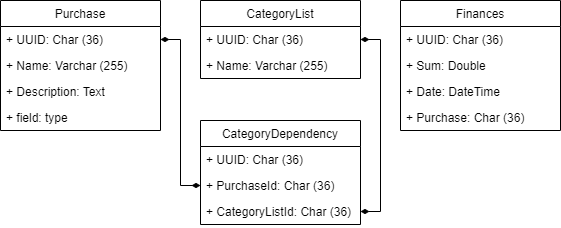
The draw.io diagram lab345/UML.png in m4cy43/NodeJs-Labs, before a commit. Source tidied: cells renumbered, new cells last; positions are measured from the earlier drawing's top-left corner, leaving out a move shared by most shapes.
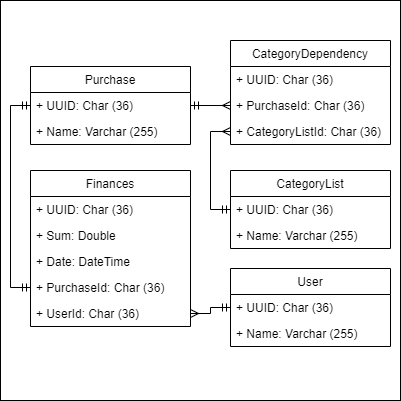
The same file after the commit.

What changed in the source:
```diff
@@ -2,8 +2,11 @@
   <root>
     <mxCell id="0" />
     <mxCell id="1" parent="0" />
+    <mxCell id="21" style="whiteSpace=wrap;html=1;" parent="1" vertex="1">
+      <mxGeometry x="-70" y="-80" width="400" height="400" as="geometry" />
+    </mxCell>
     <mxCell id="2" value="Purchase" style="swimlane;fontStyle=0;horizontal=1;startSize=26;fillColor=none;" parent="1" vertex="1">
-      <mxGeometry width="160" height="130" as="geometry" />
+      <mxGeometry x="-40" y="-14" width="160" height="78" as="geometry" />
     </mxCell>
     <mxCell id="3" value="+ UUID: Char (36)" style="text;strokeColor=none;fillColor=none;align=left;verticalAlign=top;spacingLeft=4;spacingRight=4;overflow=hidden;points=[[0,0.5],[1,0.5]];portConstraint=eastwest;" parent="2" vertex="1">
       <mxGeometry y="26" width="160" height="26" as="geometry" />
@@ -11,14 +14,8 @@
     <mxCell id="4" value="+ Name: Varchar (255)" style="text;strokeColor=none;fillColor=none;align=left;verticalAlign=top;spacingLeft=4;spacingRight=4;overflow=hidden;" parent="2" vertex="1">
       <mxGeometry y="52" width="160" height="26" as="geometry" />
     </mxCell>
-    <mxCell id="5" value="+ Description: Text" style="text;strokeColor=none;fillColor=none;align=left;verticalAlign=top;spacingLeft=4;spacingRight=4;overflow=hidden;" parent="2" vertex="1">
-      <mxGeometry y="78" width="160" height="26" as="geometry" />
-    </mxCell>
-    <mxCell id="6" value="+ field: type" style="text;strokeColor=none;fillColor=none;align=left;verticalAlign=top;spacingLeft=4;spacingRight=4;overflow=hidden;" parent="2" vertex="1">
-      <mxGeometry y="104" width="160" height="26" as="geometry" />
-    </mxCell>
     <mxCell id="7" value="CategoryList" style="swimlane;fontStyle=0;horizontal=1;startSize=26;fillColor=none;" parent="1" vertex="1">
-      <mxGeometry x="200" width="160" height="78" as="geometry" />
+      <mxGeometry x="160" y="90" width="160" height="78" as="geometry" />
     </mxCell>
     <mxCell id="8" value="+ UUID: Char (36)" style="text;strokeColor=none;fillColor=none;align=left;verticalAlign=top;spacingLeft=4;spacingRight=4;overflow=hidden;points=[[0,0.5],[1,0.5]];portConstraint=eastwest;" parent="7" vertex="1">
       <mxGeometry y="26" width="160" height="26" as="geometry" />
@@ -27,7 +24,7 @@
       <mxGeometry y="52" width="160" height="26" as="geometry" />
     </mxCell>
     <mxCell id="10" value="Finances" style="swimlane;fontStyle=0;horizontal=1;startSize=26;fillColor=none;" parent="1" vertex="1">
-      <mxGeometry x="400" width="160" height="130" as="geometry" />
+      <mxGeometry x="-40" y="90" width="160" height="156" as="geometry" />
     </mxCell>
     <mxCell id="11" value="+ UUID: Char (36)" style="text;strokeColor=none;fillColor=none;align=left;verticalAlign=top;spacingLeft=4;spacingRight=4;overflow=hidden;" parent="10" vertex="1">
       <mxGeometry y="26" width="160" height="26" as="geometry" />
@@ -38,11 +35,14 @@
     <mxCell id="13" value="+ Date: DateTime" style="text;strokeColor=none;fillColor=none;align=left;verticalAlign=top;spacingLeft=4;spacingRight=4;overflow=hidden;" parent="10" vertex="1">
       <mxGeometry y="78" width="160" height="26" as="geometry" />
     </mxCell>
-    <mxCell id="14" value="+ Purchase: Char (36)" style="text;strokeColor=none;fillColor=none;align=left;verticalAlign=top;spacingLeft=4;spacingRight=4;overflow=hidden;points=[[0,0.5],[1,0.5]];portConstraint=eastwest;" parent="10" vertex="1">
+    <mxCell id="14" value="+ PurchaseId: Char (36)" style="text;strokeColor=none;fillColor=none;align=left;verticalAlign=top;spacingLeft=4;spacingRight=4;overflow=hidden;points=[[0,0.5],[1,0.5]];portConstraint=eastwest;" parent="10" vertex="1">
       <mxGeometry y="104" width="160" height="26" as="geometry" />
     </mxCell>
+    <mxCell id="22" value="+ UserId: Char (36)" style="text;strokeColor=none;fillColor=none;align=left;verticalAlign=top;spacingLeft=4;spacingRight=4;overflow=hidden;points=[[0,0.5],[1,0.5]];portConstraint=eastwest;" parent="10" vertex="1">
+      <mxGeometry y="130" width="160" height="26" as="geometry" />
+    </mxCell>
     <mxCell id="15" value="CategoryDependency" style="swimlane;fontStyle=0;horizontal=1;startSize=26;fillColor=none;" parent="1" vertex="1">
-      <mxGeometry x="200" y="120" width="160" height="104" as="geometry" />
+      <mxGeometry x="160" y="-40" width="160" height="104" as="geometry" />
     </mxCell>
     <mxCell id="16" value="+ UUID: Char (36)" style="text;strokeColor=none;fillColor=none;align=left;verticalAlign=top;spacingLeft=4;spacingRight=4;overflow=hidden;" parent="15" vertex="1">
       <mxGeometry y="26" width="160" height="26" as="geometry" />
@@ -53,11 +53,26 @@
     <mxCell id="18" value="+ CategoryListId: Char (36)" style="text;strokeColor=none;fillColor=none;align=left;verticalAlign=top;spacingLeft=4;spacingRight=4;overflow=hidden;points=[[0,0.5],[1,0.5]];portConstraint=eastwest;" parent="15" vertex="1">
       <mxGeometry y="78" width="160" height="26" as="geometry" />
     </mxCell>
-    <mxCell id="19" style="edgeStyle=orthogonalEdgeStyle;rounded=0;jettySize=auto;html=1;exitX=0;exitY=0.5;exitDx=0;exitDy=0;entryX=1;entryY=0.5;entryDx=0;entryDy=0;endArrow=diamondThin;endFill=1;startArrow=diamondThin;startFill=1;" parent="1" edge="1" source="17" target="3">
+    <mxCell id="19" style="edgeStyle=orthogonalEdgeStyle;rounded=0;jettySize=auto;html=1;exitX=0;exitY=0.5;exitDx=0;exitDy=0;entryX=1;entryY=0.5;entryDx=0;entryDy=0;endArrow=ERmandOne;endFill=0;startArrow=ERmany;startFill=0;" parent="1" edge="1" source="17" target="3">
       <mxGeometry relative="1" as="geometry" />
     </mxCell>
-    <mxCell id="20" style="edgeStyle=orthogonalEdgeStyle;rounded=0;jettySize=auto;html=1;exitX=1;exitY=0.5;exitDx=0;exitDy=0;entryX=1;entryY=0.5;entryDx=0;entryDy=0;endArrow=diamondThin;endFill=1;startArrow=diamondThin;startFill=1;" parent="1" edge="1" source="18" target="8">
+    <mxCell id="20" style="edgeStyle=orthogonalEdgeStyle;rounded=0;jettySize=auto;html=1;exitX=0;exitY=0.5;exitDx=0;exitDy=0;entryX=0;entryY=0.5;entryDx=0;entryDy=0;endArrow=ERmandOne;endFill=0;startArrow=ERmany;startFill=0;" parent="1" edge="1" source="18" target="8">
       <mxGeometry relative="1" as="geometry" />
     </mxCell>
+    <mxCell id="23" style="edgeStyle=orthogonalEdgeStyle;rounded=0;jettySize=auto;html=1;exitX=0;exitY=0.5;exitDx=0;exitDy=0;entryX=0;entryY=0.5;entryDx=0;entryDy=0;endArrow=ERmandOne;endFill=0;startArrow=ERmandOne;startFill=0;" parent="1" edge="1" source="14" target="3">
+      <mxGeometry relative="1" as="geometry" />
+    </mxCell>
+    <mxCell id="24" value="User" style="swimlane;fontStyle=0;horizontal=1;startSize=26;fillColor=none;" parent="1" vertex="1">
+      <mxGeometry x="160" y="188" width="160" height="78" as="geometry" />
+    </mxCell>
+    <mxCell id="25" value="+ UUID: Char (36)" style="text;strokeColor=none;fillColor=none;align=left;verticalAlign=top;spacingLeft=4;spacingRight=4;overflow=hidden;points=[[0,0.5],[1,0.5]];portConstraint=eastwest;" parent="24" vertex="1">
+      <mxGeometry y="26" width="160" height="26" as="geometry" />
+    </mxCell>
+    <mxCell id="26" value="+ Name: Varchar (255)" style="text;strokeColor=none;fillColor=none;align=left;verticalAlign=top;spacingLeft=4;spacingRight=4;overflow=hidden;" parent="24" vertex="1">
+      <mxGeometry y="52" width="160" height="26" as="geometry" />
+    </mxCell>
+    <mxCell id="27" style="edgeStyle=orthogonalEdgeStyle;rounded=0;jettySize=auto;html=1;exitX=0;exitY=0.5;exitDx=0;exitDy=0;entryX=1;entryY=0.5;entryDx=0;entryDy=0;endArrow=ERmany;endFill=0;startArrow=ERmandOne;startFill=0;" parent="1" edge="1" source="25" target="22">
+      <mxGeometry relative="1" as="geometry" />
+    </mxCell>
   </root>
 </mxGraphModel>
```
